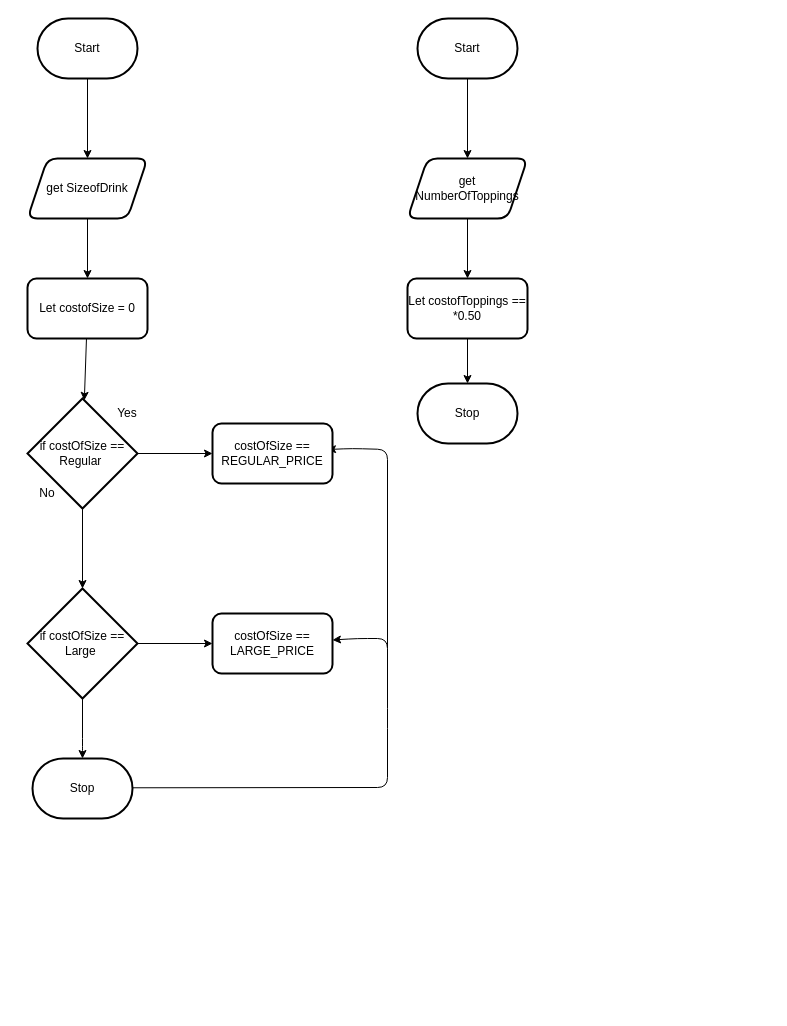
Before: design/flowchart.drawio in MTHS-ICD2O-1-2024/ICD2O-Assignment-04-catherine-vu-09, a draw.io diagram. Source tidied: cells renumbered, new cells numbered last; positions are measured from the earlier drawing's top-left corner, leaving out a move shared by most shapes. Both pictures are drawn from the tidied source at 100%, with x=0, y=0 at pixel (17, 18).
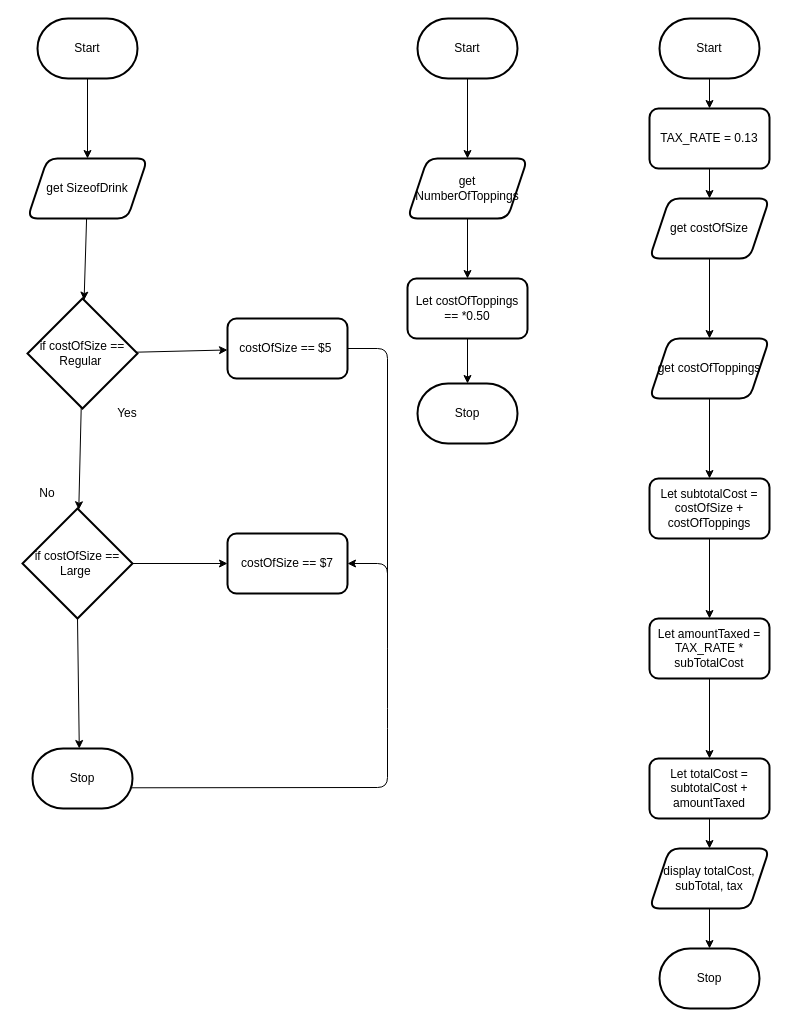
Above is the later version.

Unchanged cells that the change refers to:
```xml
<mxCell id="6" value="get SizeofDrink" style="shape=parallelogram;perimeter=parallelogramPerimeter;whiteSpace=wrap;html=1;fixedSize=1;strokeWidth=2;rounded=1;" parent="1" vertex="1">
  <mxGeometry x="10" y="140" width="120" height="60" as="geometry" />
</mxCell>
```

Change to the diagram source:
```diff
@@
-    <mxCell id="2" style="edgeStyle=none;html=1;strokeColor=default;" parent="1" edge="1">
+    <mxCell id="2" style="edgeStyle=none;html=1;strokeColor=default;" parent="1" edge="1" target="14">
       <mxGeometry relative="1" as="geometry">
         <mxPoint x="370" y="630" as="sourcePoint" />
-        <mxPoint x="310" y="431" as="targetPoint" />
         <Array as="points">
-          <mxPoint x="370" y="431" />
-          <mxPoint x="335" y="430" />
+          <mxPoint x="370" y="330" />
+          <mxPoint x="320" y="330" />
         </Array>
       </mxGeometry>
     </mxCell>
@@
-    <mxCell id="5" style="edgeStyle=none;html=1;" parent="1" edge="1" source="6" target="8">
-      <mxGeometry relative="1" as="geometry" />
-    </mxCell>
+    <mxCell id="28" style="edgeStyle=none;html=1;" parent="1" edge="1" source="6" target="11">
+      <mxGeometry relative="1" as="geometry" />
+    </mxCell>
@@
-    <mxCell id="7" style="edgeStyle=none;html=1;" parent="1" edge="1" source="8" target="11">
-      <mxGeometry relative="1" as="geometry" />
-    </mxCell>
-    <mxCell id="8" value="Let costofSize = 0" style="whiteSpace=wrap;html=1;strokeWidth=2;rounded=1;" parent="1" vertex="1">
-      <mxGeometry x="10" y="260" width="120" height="60" as="geometry" />
-    </mxCell>
@@
     <mxCell id="11" value="if costOfSize == Regular&amp;nbsp;" style="rhombus;whiteSpace=wrap;html=1;strokeWidth=2;rounded=0;" parent="1" vertex="1">
-      <mxGeometry x="10" y="380" width="110" height="110" as="geometry" />
+      <mxGeometry x="10" y="280" width="110" height="110" as="geometry" />
     </mxCell>
@@
-    <mxCell id="14" value="costOfSize == REGULAR_PRICE" style="whiteSpace=wrap;html=1;strokeWidth=2;rounded=1;" parent="1" vertex="1">
-      <mxGeometry x="195" y="405" width="120" height="60" as="geometry" />
+    <mxCell id="14" value="costOfSize == $5&amp;nbsp;" style="whiteSpace=wrap;html=1;strokeWidth=2;rounded=1;" parent="1" vertex="1">
+      <mxGeometry x="210" y="300" width="120" height="60" as="geometry" />
     </mxCell>
@@
-    <mxCell id="16" style="edgeStyle=none;html=1;" parent="1" edge="1" source="17" target="20">
+    <mxCell id="16" style="edgeStyle=none;html=1;exitX=0.5;exitY=1;exitDx=0;exitDy=0;" parent="1" edge="1" source="17">
       <mxGeometry relative="1" as="geometry">
+        <mxPoint x="61.8" y="730" as="targetPoint" />
         <Array as="points">
-          <mxPoint x="65" y="730" />
+          <mxPoint x="61.8" y="730" />
         </Array>
       </mxGeometry>
     </mxCell>
     <mxCell id="17" value="if costOfSize == Large&amp;nbsp;" style="rhombus;whiteSpace=wrap;html=1;strokeWidth=2;rounded=0;" parent="1" vertex="1">
-      <mxGeometry x="10" y="570" width="110" height="110" as="geometry" />
+      <mxGeometry x="5" y="490" width="110" height="110" as="geometry" />
     </mxCell>
-    <mxCell id="18" value="costOfSize == LARGE_PRICE" style="rounded=1;whiteSpace=wrap;html=1;strokeWidth=2;" parent="1" vertex="1">
-      <mxGeometry x="195" y="595" width="120" height="60" as="geometry" />
+    <mxCell id="18" value="costOfSize == $7" style="rounded=1;whiteSpace=wrap;html=1;strokeWidth=2;" parent="1" vertex="1">
+      <mxGeometry x="210" y="515" width="120" height="60" as="geometry" />
     </mxCell>
     <mxCell id="19" style="edgeStyle=none;html=1;" parent="1" edge="1" target="18">
       <mxGeometry relative="1" as="geometry">
         <mxPoint x="100" y="769.3" as="sourcePoint" />
         <Array as="points">
           <mxPoint x="370" y="769" />
           <mxPoint x="370" y="700" />
           <mxPoint x="370" y="620" />
-          <mxPoint x="340" y="620" />
+          <mxPoint x="370" y="545" />
         </Array>
       </mxGeometry>
     </mxCell>
     <mxCell id="20" value="Stop" style="strokeWidth=2;html=1;shape=mxgraph.flowchart.terminator;whiteSpace=wrap;" parent="1" vertex="1">
-      <mxGeometry x="15" y="740" width="100" height="60" as="geometry" />
+      <mxGeometry x="15" y="730" width="100" height="60" as="geometry" />
     </mxCell>
@@
-    <mxCell id="26" value="Let costofToppings == *0.50" style="rounded=1;whiteSpace=wrap;html=1;strokeWidth=2;" parent="1" vertex="1">
+    <mxCell id="26" value="Let costOfToppings == *0.50" style="rounded=1;whiteSpace=wrap;html=1;strokeWidth=2;" parent="1" vertex="1">
       <mxGeometry x="390" y="260" width="120" height="60" as="geometry" />
     </mxCell>
@@
+    <mxCell id="29" style="edgeStyle=none;html=1;" parent="1" edge="1" source="30" target="32">
+      <mxGeometry relative="1" as="geometry" />
+    </mxCell>
+    <mxCell id="30" value="Start" style="strokeWidth=2;html=1;shape=mxgraph.flowchart.terminator;whiteSpace=wrap;" parent="1" vertex="1">
+      <mxGeometry x="642" width="100" height="60" as="geometry" />
+    </mxCell>
+    <mxCell id="31" style="edgeStyle=none;html=1;" parent="1" edge="1" source="32" target="34">
+      <mxGeometry relative="1" as="geometry" />
+    </mxCell>
+    <mxCell id="32" value="TAX_RATE = 0.13" style="rounded=1;whiteSpace=wrap;html=1;strokeWidth=2;" parent="1" vertex="1">
+      <mxGeometry x="632" y="90" width="120" height="60" as="geometry" />
+    </mxCell>
+    <mxCell id="33" style="edgeStyle=none;html=1;" parent="1" edge="1" source="34" target="36">
+      <mxGeometry relative="1" as="geometry" />
+    </mxCell>
+    <mxCell id="34" value="get costOfSize" style="shape=parallelogram;perimeter=parallelogramPerimeter;whiteSpace=wrap;html=1;fixedSize=1;rounded=1;strokeWidth=2;" parent="1" vertex="1">
+      <mxGeometry x="632" y="180" width="120" height="60" as="geometry" />
+    </mxCell>
+    <mxCell id="35" style="edgeStyle=none;html=1;" parent="1" edge="1" source="36" target="38">
+      <mxGeometry relative="1" as="geometry" />
+    </mxCell>
+    <mxCell id="36" value="get costOfToppings" style="shape=parallelogram;perimeter=parallelogramPerimeter;whiteSpace=wrap;html=1;fixedSize=1;rounded=1;strokeWidth=2;" parent="1" vertex="1">
+      <mxGeometry x="632" y="320" width="120" height="60" as="geometry" />
+    </mxCell>
+    <mxCell id="37" style="edgeStyle=none;html=1;" parent="1" edge="1" source="38" target="40">
+      <mxGeometry relative="1" as="geometry" />
+    </mxCell>
+    <mxCell id="38" value="Let subtotalCost =&lt;div&gt;costOfSize + costOfToppings&lt;/div&gt;" style="whiteSpace=wrap;html=1;rounded=1;strokeWidth=2;" parent="1" vertex="1">
+      <mxGeometry x="632" y="460" width="120" height="60" as="geometry" />
+    </mxCell>
+    <mxCell id="39" style="edgeStyle=none;html=1;" parent="1" edge="1" source="40" target="42">
+      <mxGeometry relative="1" as="geometry" />
+    </mxCell>
+    <mxCell id="40" value="Let amountTaxed =&lt;div&gt;TAX_RATE * subTotalCost&lt;/div&gt;" style="whiteSpace=wrap;html=1;rounded=1;strokeWidth=2;" parent="1" vertex="1">
+      <mxGeometry x="632" y="600" width="120" height="60" as="geometry" />
+    </mxCell>
+    <mxCell id="41" style="edgeStyle=none;html=1;" parent="1" edge="1" source="42" target="44">
+      <mxGeometry relative="1" as="geometry" />
+    </mxCell>
+    <mxCell id="42" value="Let totalCost = subtotalCost + amountTaxed" style="whiteSpace=wrap;html=1;rounded=1;strokeWidth=2;" parent="1" vertex="1">
+      <mxGeometry x="632" y="740" width="120" height="60" as="geometry" />
+    </mxCell>
+    <mxCell id="43" style="edgeStyle=none;html=1;" parent="1" edge="1" source="44" target="45">
+      <mxGeometry relative="1" as="geometry" />
+    </mxCell>
+    <mxCell id="44" value="display totalCost, subTotal, tax" style="shape=parallelogram;perimeter=parallelogramPerimeter;whiteSpace=wrap;html=1;fixedSize=1;rounded=1;strokeWidth=2;" parent="1" vertex="1">
+      <mxGeometry x="632" y="830" width="120" height="60" as="geometry" />
+    </mxCell>
+    <mxCell id="45" value="Stop" style="strokeWidth=2;html=1;shape=mxgraph.flowchart.terminator;whiteSpace=wrap;" parent="1" vertex="1">
+      <mxGeometry x="642" y="930" width="100" height="60" as="geometry" />
+    </mxCell>
```
